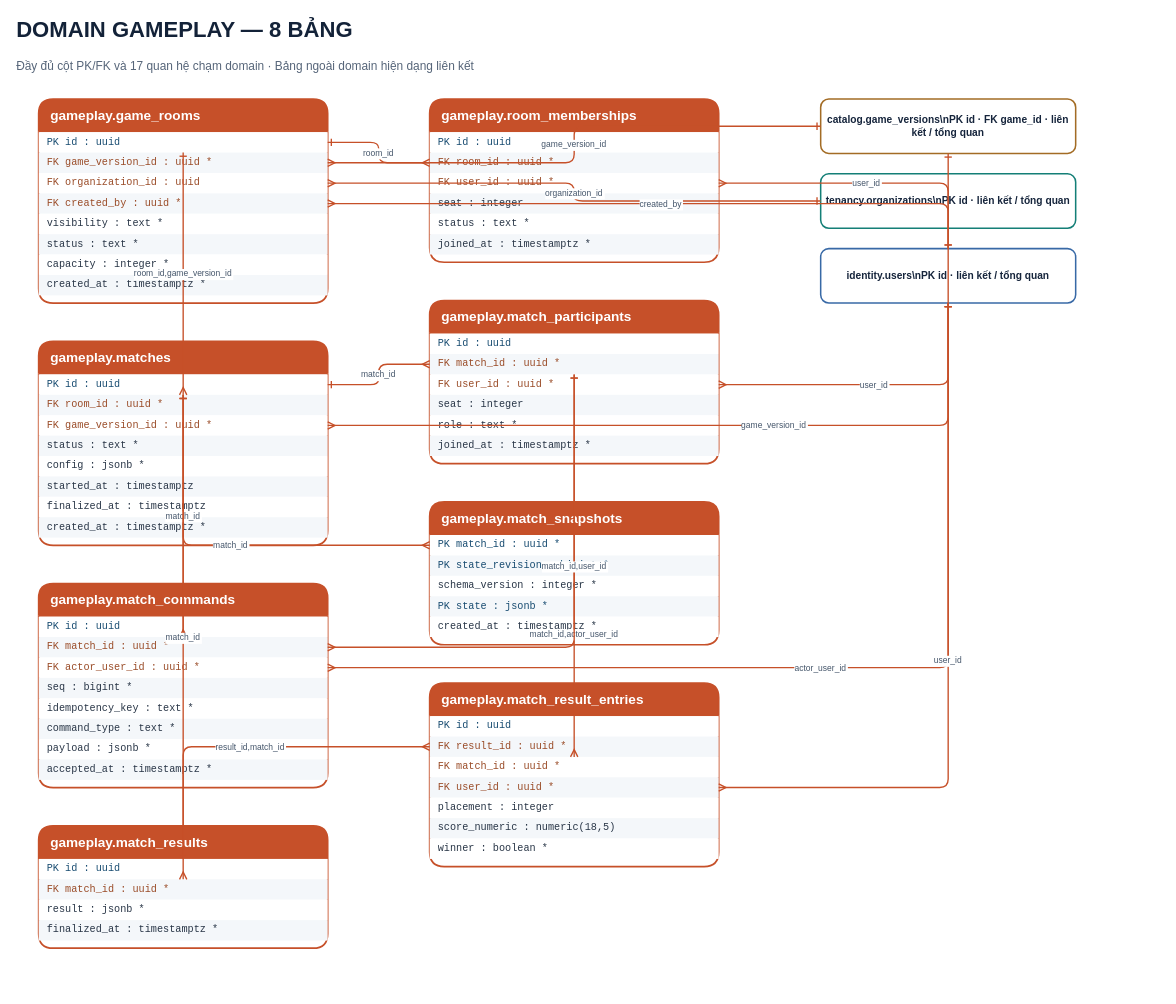
This is page "Domain · gameplay" (7 of 39) of docs/database/diagrams/Board_Game_Universe_Database_P0_Editable.drawio from quanpl86/Board-Game-Project, a draw.io file, before an edit. Source tidied: cells renumbered, new cells numbered last; positions are measured from the earlier drawing's top-left corner, leaving out a move shared by most shapes. Both pictures are drawn from the tidied source at 85%, with x=0, y=0 at pixel (14, 14).
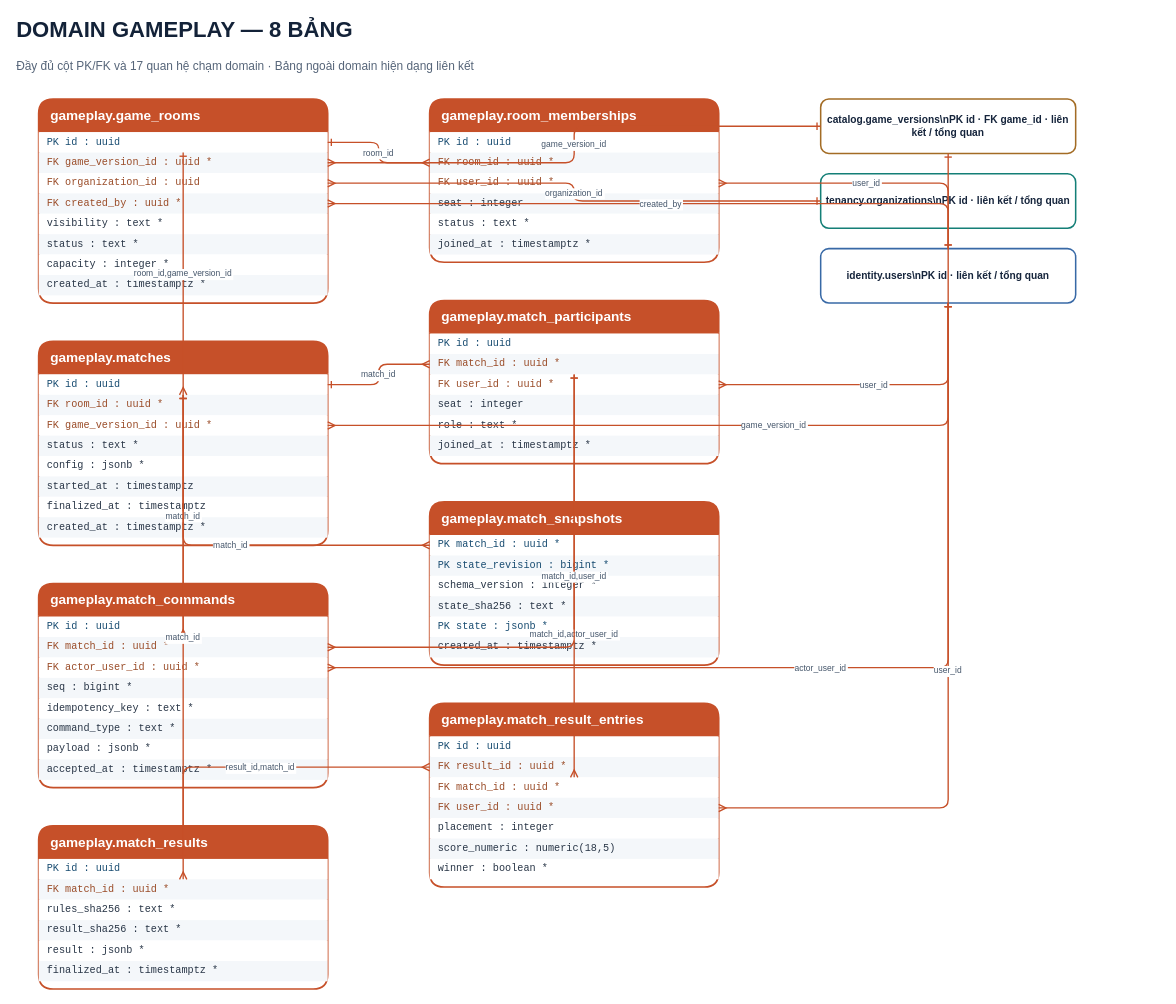
After the change.

Diff of the diagram source:
```diff
@@
     <mxCell id="45" value="gameplay.match_snapshots" style="swimlane;horizontal=1;startSize=38;rounded=1;whiteSpace=wrap;html=0;fillColor=#C65029;swimlaneFillColor=#FFFFFF;strokeColor=#C65029;strokeWidth=2;fontSize=16;fontStyle=1;fontColor=#FFFFFF;align=left;spacingLeft=12;" parent="1" vertex="1">
-      <mxGeometry x="488" y="573" width="340" height="168" as="geometry" />
+      <mxGeometry x="488" y="573" width="340" height="192" as="geometry" />
     </mxCell>
@@
+    <mxCell id="84" value="    state_sha256 : text *" style="text;html=0;whiteSpace=wrap;overflow=hidden;align=left;verticalAlign=middle;fontFamily=Consolas;fontSize=12;fontColor=#293647;fillColor=#F4F7FA;spacingLeft=8;" parent="45" vertex="1">
+      <mxGeometry y="111" width="340" height="24" as="geometry" />
+    </mxCell>
-    <mxCell id="49" value="PK   state : jsonb *" style="text;html=0;whiteSpace=wrap;overflow=hidden;align=left;verticalAlign=middle;fontFamily=Consolas;fontSize=12;fontColor=#184C71;fillColor=#F4F7FA;spacingLeft=8;" parent="45" vertex="1">
-      <mxGeometry y="111" width="340" height="24" as="geometry" />
+    <mxCell id="49" value="PK   state : jsonb *" style="text;html=0;whiteSpace=wrap;overflow=hidden;align=left;verticalAlign=middle;fontFamily=Consolas;fontSize=12;fontColor=#184C71;fillColor=#FFFFFF;spacingLeft=8;" parent="45" vertex="1">
+      <mxGeometry y="135" width="340" height="24" as="geometry" />
     </mxCell>
-    <mxCell id="50" value="    created_at : timestamptz *" style="text;html=0;whiteSpace=wrap;overflow=hidden;align=left;verticalAlign=middle;fontFamily=Consolas;fontSize=12;fontColor=#293647;fillColor=#FFFFFF;spacingLeft=8;" parent="45" vertex="1">
-      <mxGeometry y="135" width="340" height="24" as="geometry" />
+    <mxCell id="50" value="    created_at : timestamptz *" style="text;html=0;whiteSpace=wrap;overflow=hidden;align=left;verticalAlign=middle;fontFamily=Consolas;fontSize=12;fontColor=#293647;fillColor=#F4F7FA;spacingLeft=8;" parent="45" vertex="1">
+      <mxGeometry y="159" width="340" height="24" as="geometry" />
     </mxCell>
     <mxCell id="51" value="gameplay.match_results" style="swimlane;horizontal=1;startSize=38;rounded=1;whiteSpace=wrap;html=0;fillColor=#C65029;swimlaneFillColor=#FFFFFF;strokeColor=#C65029;strokeWidth=2;fontSize=16;fontStyle=1;fontColor=#FFFFFF;align=left;spacingLeft=12;" parent="1" vertex="1">
-      <mxGeometry x="28" y="954" width="340" height="144" as="geometry" />
+      <mxGeometry x="28" y="954" width="340" height="192" as="geometry" />
     </mxCell>
@@
+    <mxCell id="85" value="    rules_sha256 : text *" style="text;html=0;whiteSpace=wrap;overflow=hidden;align=left;verticalAlign=middle;fontFamily=Consolas;fontSize=12;fontColor=#293647;fillColor=#FFFFFF;spacingLeft=8;" parent="51" vertex="1">
+      <mxGeometry y="87" width="340" height="24" as="geometry" />
+    </mxCell>
+    <mxCell id="86" value="    result_sha256 : text *" style="text;html=0;whiteSpace=wrap;overflow=hidden;align=left;verticalAlign=middle;fontFamily=Consolas;fontSize=12;fontColor=#293647;fillColor=#F4F7FA;spacingLeft=8;" parent="51" vertex="1">
+      <mxGeometry y="111" width="340" height="24" as="geometry" />
+    </mxCell>
     <mxCell id="54" value="    result : jsonb *" style="text;html=0;whiteSpace=wrap;overflow=hidden;align=left;verticalAlign=middle;fontFamily=Consolas;fontSize=12;fontColor=#293647;fillColor=#FFFFFF;spacingLeft=8;" parent="51" vertex="1">
-      <mxGeometry y="87" width="340" height="24" as="geometry" />
+      <mxGeometry y="135" width="340" height="24" as="geometry" />
     </mxCell>
     <mxCell id="55" value="    finalized_at : timestamptz *" style="text;html=0;whiteSpace=wrap;overflow=hidden;align=left;verticalAlign=middle;fontFamily=Consolas;fontSize=12;fontColor=#293647;fillColor=#F4F7FA;spacingLeft=8;" parent="51" vertex="1">
-      <mxGeometry y="111" width="340" height="24" as="geometry" />
+      <mxGeometry y="159" width="340" height="24" as="geometry" />
     </mxCell>
     <mxCell id="56" value="gameplay.match_result_entries" style="swimlane;horizontal=1;startSize=38;rounded=1;whiteSpace=wrap;html=0;fillColor=#C65029;swimlaneFillColor=#FFFFFF;strokeColor=#C65029;strokeWidth=2;fontSize=16;fontStyle=1;fontColor=#FFFFFF;align=left;spacingLeft=12;" parent="1" vertex="1">
-      <mxGeometry x="488" y="786" width="340" height="216" as="geometry" />
+      <mxGeometry x="488" y="810" width="340" height="216" as="geometry" />
     </mxCell>
```
